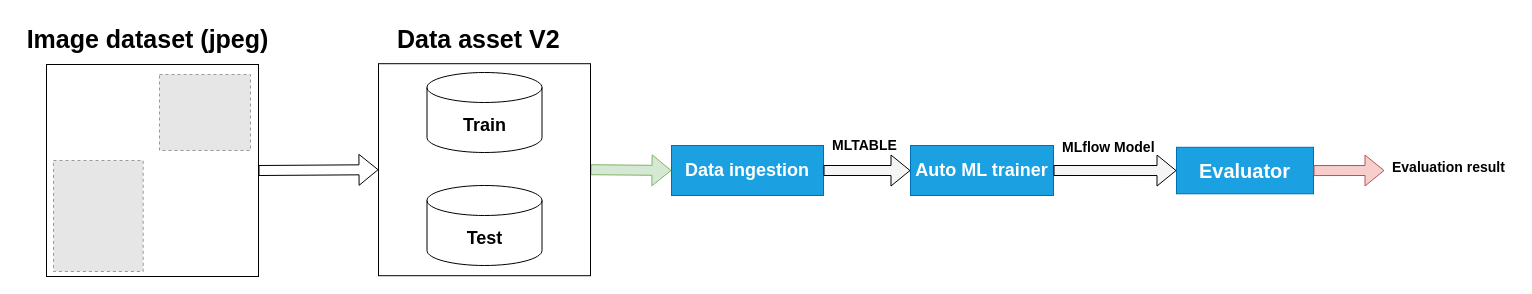
Before: Azure ML/pipeline-architecture.drawio in hadi-ansari/MLOps, a draw.io diagram. Source tidied: cells renumbered, new cells numbered last; positions are measured from the earlier drawing's top-left corner, leaving out a move shared by most shapes. Both pictures are drawn from the tidied source at 100%, with x=0, y=0 at pixel (17, 17). Pictures stored in the file or linked from it are replaced by grey dashed boxes.
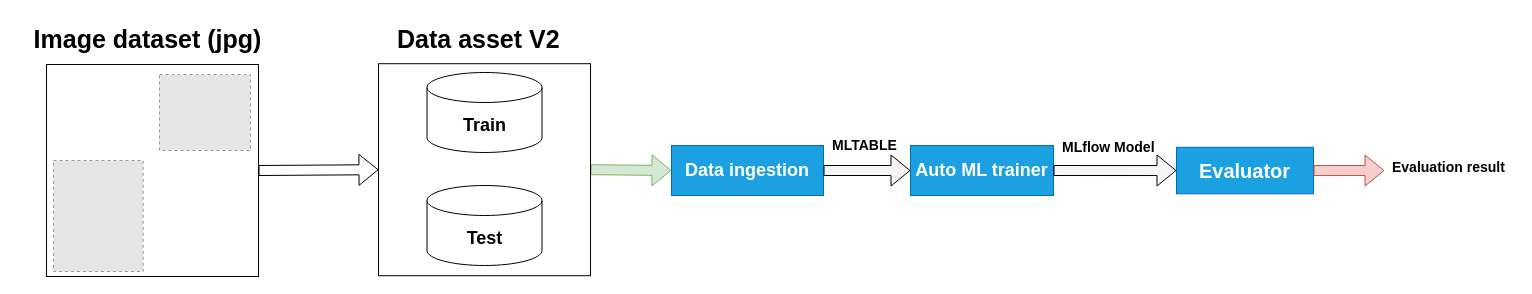
After the change.

Diff of the diagram source:
```diff
@@
-    <mxCell id="13" value="&lt;b style=&quot;border-color: var(--border-color);&quot;&gt;&lt;font style=&quot;border-color: var(--border-color); font-size: 25px;&quot;&gt;Image dataset (jpeg)&lt;/font&gt;&lt;/b&gt;" style="text;html=1;align=center;verticalAlign=middle;strokeColor=none;fillColor=none;" parent="1" vertex="1">
-      <mxGeometry width="260" height="42" as="geometry" />
+    <mxCell id="13" value="&lt;b style=&quot;border-color: var(--border-color);&quot;&gt;&lt;font style=&quot;border-color: var(--border-color); font-size: 25px;&quot;&gt;Image dataset (jpg)&lt;/font&gt;&lt;/b&gt;" style="text;html=1;align=center;verticalAlign=middle;strokeColor=none;fillColor=none;" parent="1" vertex="1">
+      <mxGeometry x="7" width="246" height="42" as="geometry" />
     </mxCell>
```
